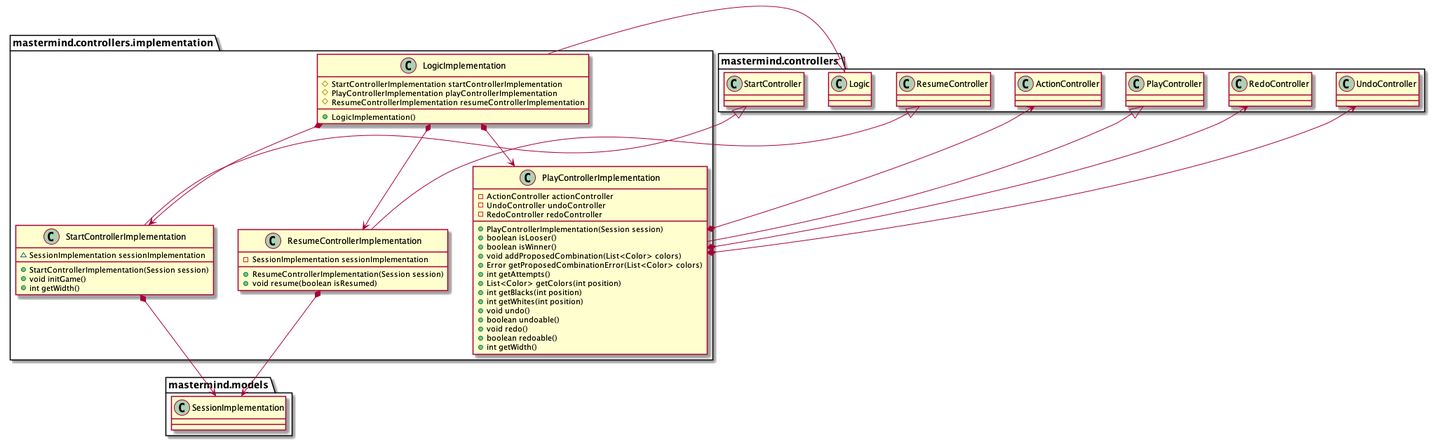
Earlier version of the PlantUML export docs/images/paqueteMastermindControllersImplementation.png (jprieto92/mastermindClientServer). Its source is kept beside it as docs/sources/paqueteMastermindControllersImplementation.iuml.
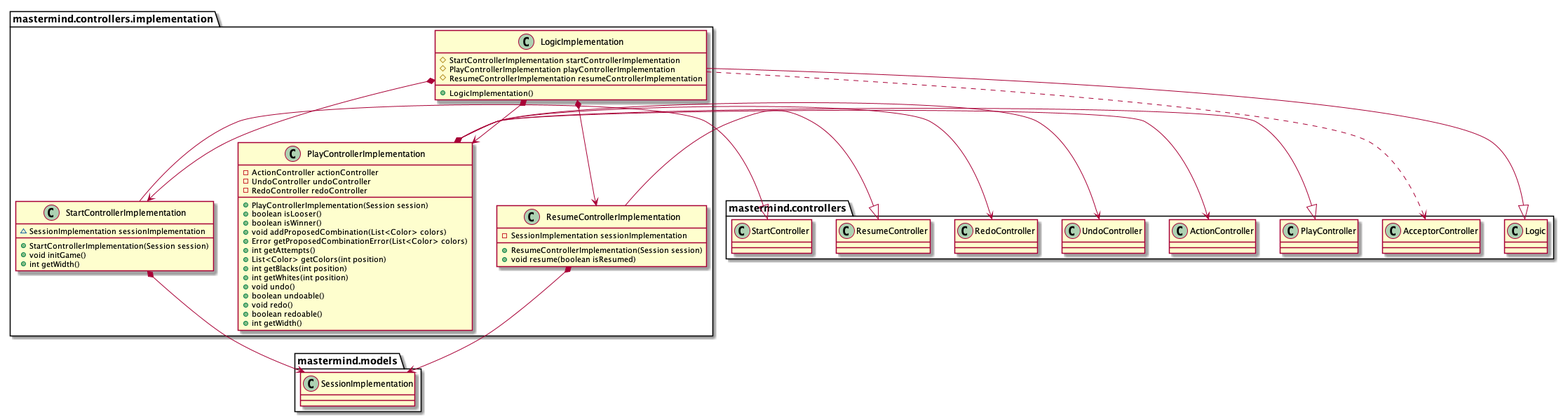
Above is the later version.

Change to the diagram source:
```diff
@@ -6,10 +6,11 @@
 	#ResumeControllerImplementation resumeControllerImplementation
 	+LogicImplementation()
 }
+mastermind.controllers.Logic <|-- mastermind.controllers.implementation.LogicImplementation
 mastermind.controllers.implementation.LogicImplementation *-down-> mastermind.controllers.implementation.StartControllerImplementation
 mastermind.controllers.implementation.LogicImplementation *-down-> mastermind.controllers.implementation.PlayControllerImplementation
 mastermind.controllers.implementation.LogicImplementation *-down-> mastermind.controllers.implementation.ResumeControllerImplementation
-mastermind.controllers.Logic <|-- mastermind.controllers.implementation.LogicImplementation
+mastermind.controllers.implementation.LogicImplementation ..> mastermind.controllers.AcceptorController
 
 class mastermind.controllers.implementation.PlayControllerImplementation [[java:jprieto.mastermind.controllers.implementation.PlayControllerImplementation]] {
 	-ActionController actionController
```
